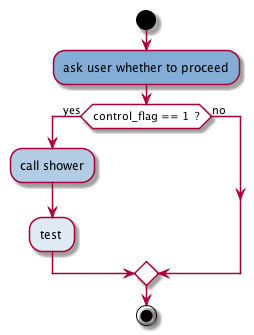
Above: flowdoc/aux_files/cFmain2.png in jlopezvi/Flowgen (PlantUML), before the change.
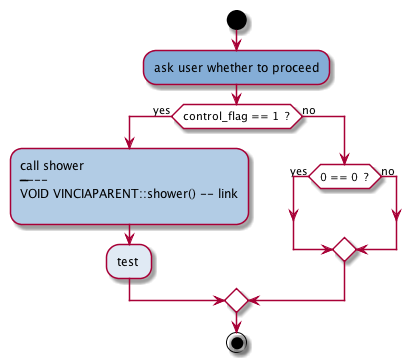
After the change.

What changed in the source:
```diff
@@ -5,9 +5,12 @@
 :#84add6:ask user whether to proceed;
 
 if (control_flag == 1  ?) then(yes)
-   :#b2cce5:call shower;
+   :#b2cce5:call shower\n--------\nVOID VINCIAPARENT::shower() -- [[source1.html#cCVINCIAPARENTFshower link]]\n;
    :#e0eaf4:test ;
 else(no)
+   if (0 == 0  ?) then (yes)
+   else(no)
+   endif
 endif
 
 
```
